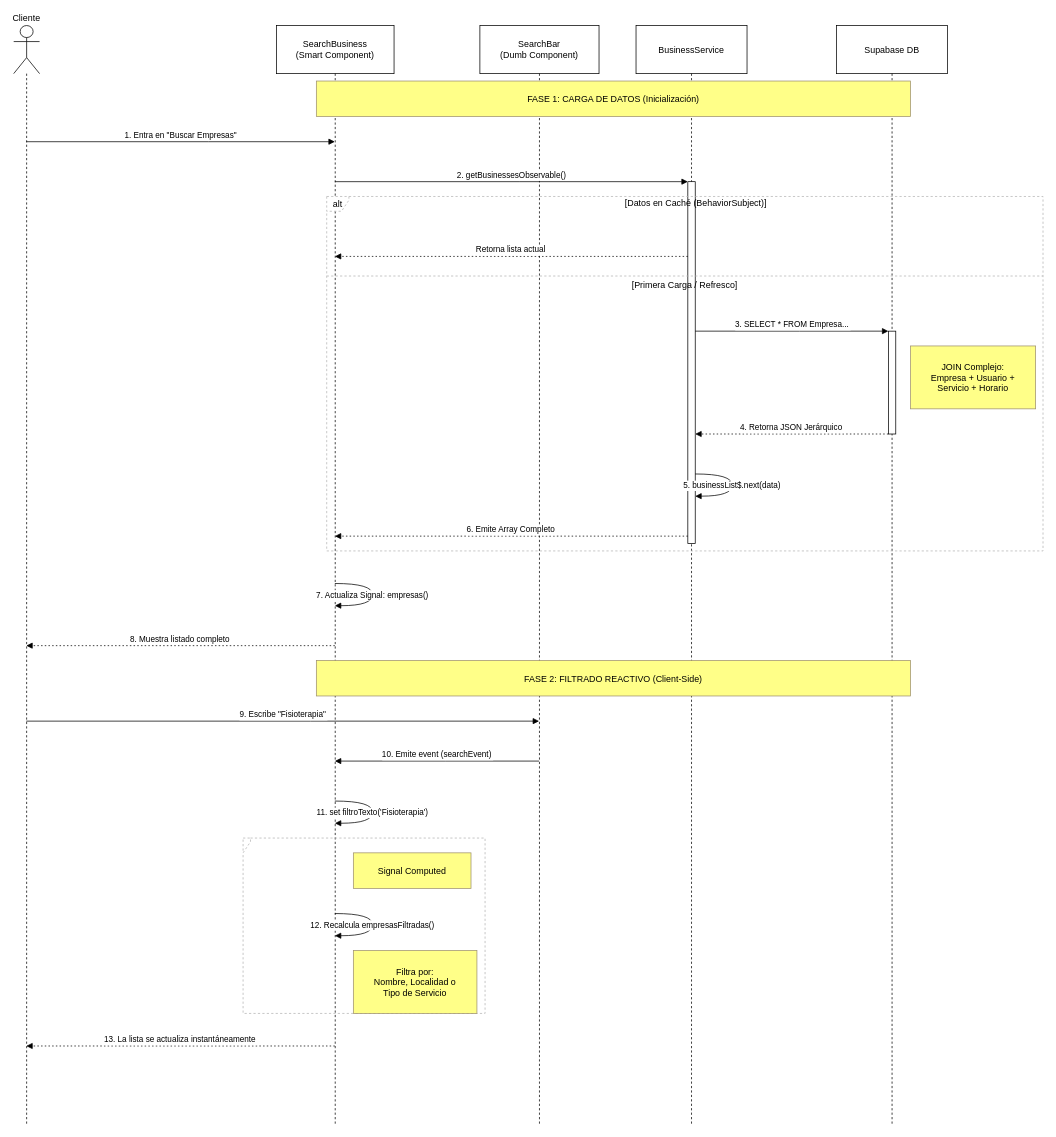
Earlier version of the draw.io diagram docs/diagramas/secuencias/buscar_empresas.drawio (egilp04/TFG_Cuidados). Source tidied: cells renumbered, new cells numbered last; positions are measured from the earlier drawing's top-left corner, leaving out a move shared by most shapes. Both pictures are drawn from the tidied source at 74%, with x=0, y=0 at pixel (13, 25).
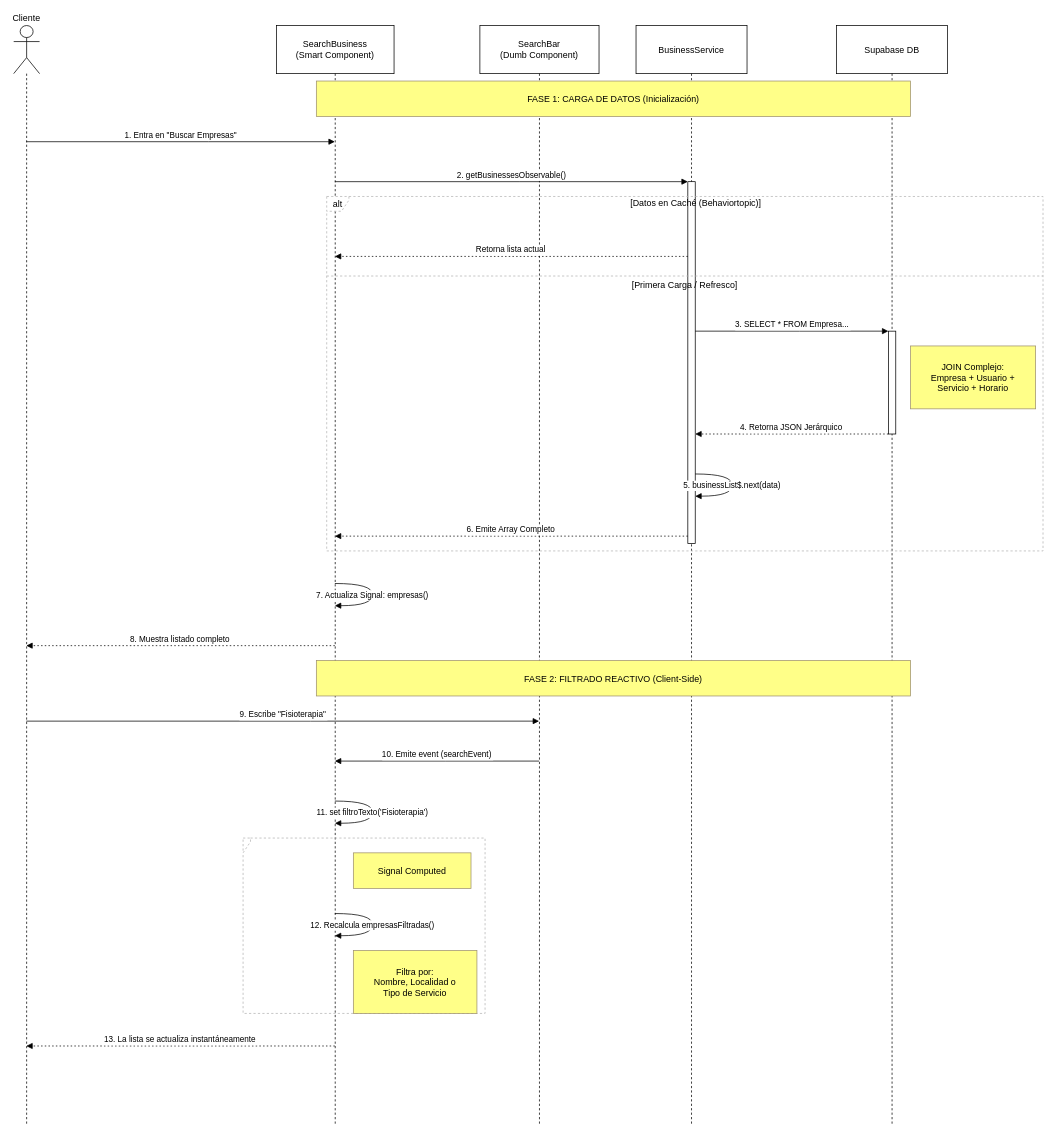
After the change.

The change refers to these unchanged cells:
```xml
<mxCell id="9" value="alt" style="shape=umlFrame;dashed=1;strokeColor=#B3B3B3;height=20;width=30;" parent="1" vertex="1">
  <mxGeometry x="423" y="231" width="968" height="479" as="geometry" />
</mxCell>
```

What changed in the source:
```diff
@@
-    <mxCell id="10" value="[Datos en Caché (BehaviorSubject)]" style="text;strokeColor=none;fillColor=none;align=center;verticalAlign=middle;whiteSpace=wrap;" parent="9" vertex="1">
+    <mxCell id="10" value="[Datos en Caché (Behaviortopic)]" style="text;strokeColor=none;fillColor=none;align=center;verticalAlign=middle;whiteSpace=wrap;" parent="9" vertex="1">
       <mxGeometry x="30" width="938" height="20" as="geometry" />
     </mxCell>
```
